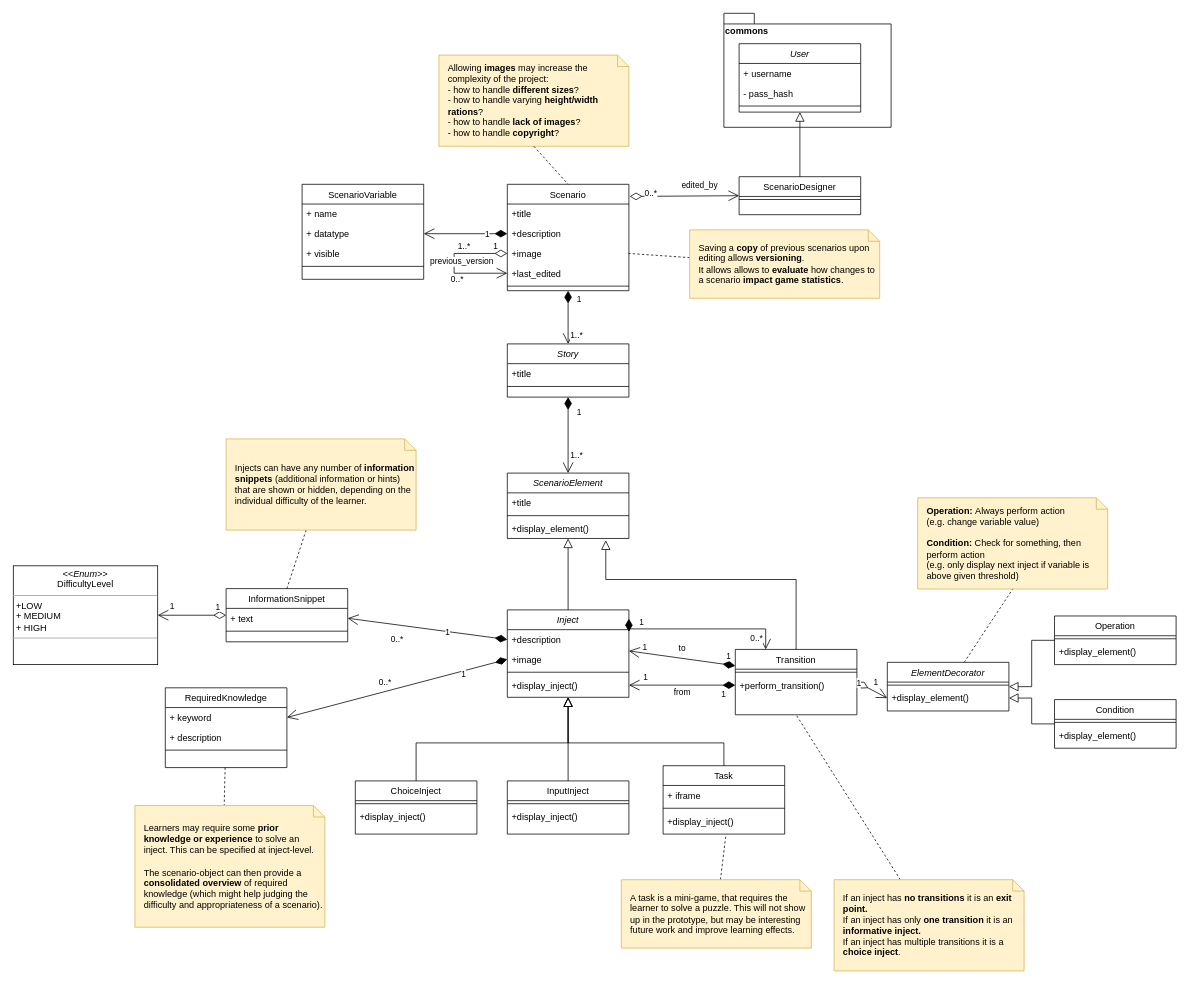
Earlier version of the draw.io diagram page "Scenario_Design" (1 of 4) of artefacts/concept-1.0/diagrams/class diagram.drawio (Elias-Ladenburger/CSEP). Source tidied: cells renumbered, new cells numbered last; positions are measured from the earlier drawing's top-left corner, leaving out a move shared by most shapes. Both pictures are drawn from the tidied source at 76%, with x=0, y=0 at pixel (13, 13).
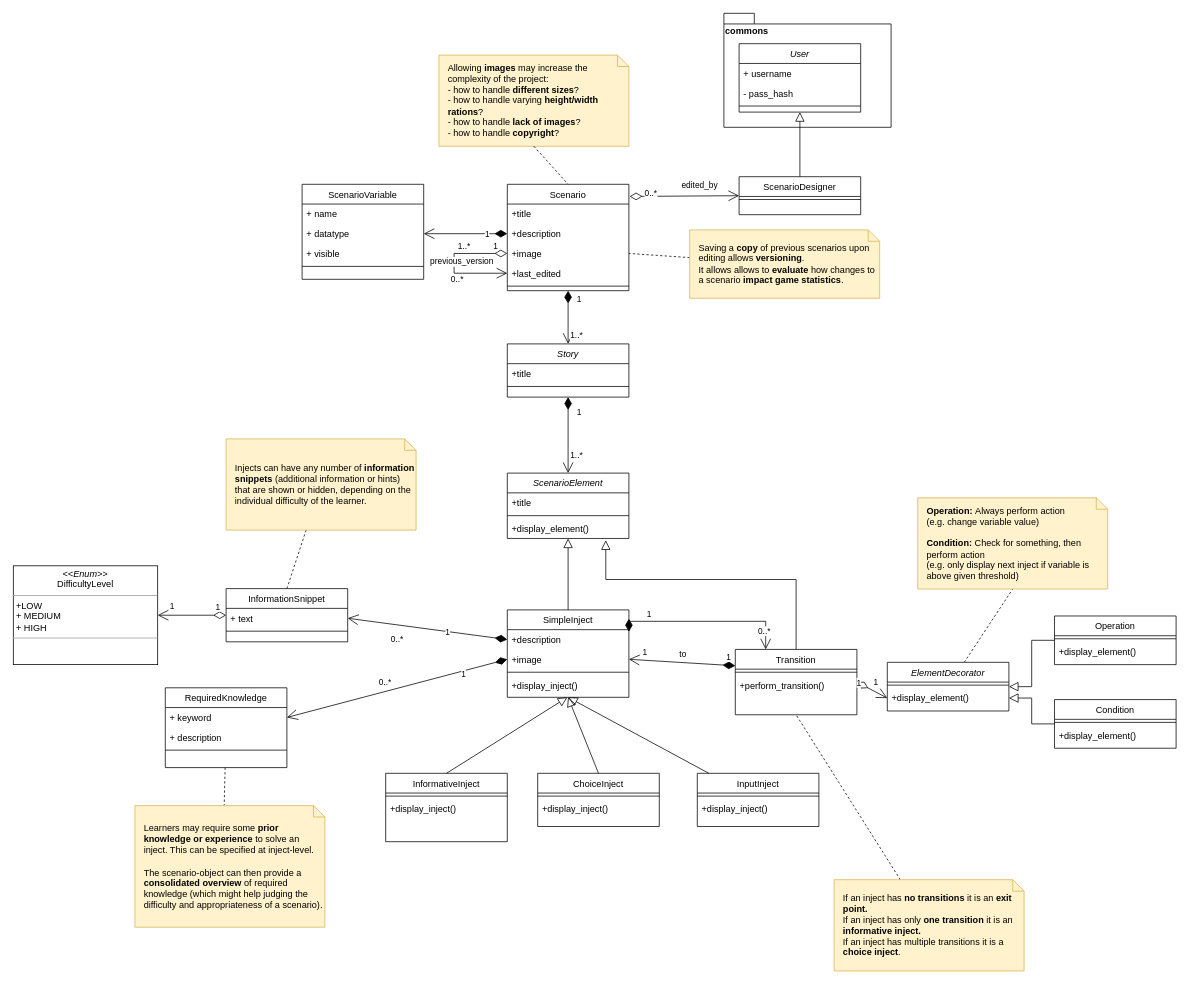
After the change.

Commit message (it also covers changes not shown here):
Update game view

Unchanged cells that the change refers to:
```xml
<mxCell id="13" value="+image" style="text;align=left;verticalAlign=top;spacingLeft=4;spacingRight=4;overflow=hidden;points=[[0,0.5],[1,0.5]];portConstraint=eastwest;rounded=0;shadow=0;html=0;" parent="11" vertex="1">
  <mxGeometry y="52" width="160" height="26" as="geometry" />
</mxCell>
<mxCell id="15" value="+display_inject()" style="text;align=left;verticalAlign=top;spacingLeft=4;spacingRight=4;overflow=hidden;points=[[0,0.5],[1,0.5]];portConstraint=eastwest;rounded=0;shadow=0;html=0;" parent="11" vertex="1">
  <mxGeometry y="86" width="160" height="26" as="geometry" />
</mxCell>
<mxCell id="18" value="Transition" style="swimlane;fontStyle=0;align=center;verticalAlign=top;horizontal=1;startSize=26;rounded=0;shadow=0;strokeWidth=1;" parent="1" vertex="1">
  <mxGeometry x="950" y="837" width="160" height="86" as="geometry" />
</mxCell>
<mxCell id="20" value="+perform_transition()" style="text;align=left;verticalAlign=top;spacingLeft=4;spacingRight=4;overflow=hidden;points=[[0,0.5],[1,0.5]];portConstraint=eastwest;" parent="18" vertex="1">
  <mxGeometry y="34" width="160" height="26" as="geometry" />
</mxCell>
```

Diff of the diagram source:
```diff
@@
-    <mxCell id="11" value="Inject" style="swimlane;fontStyle=2;align=center;verticalAlign=top;horizontal=1;startSize=26;rounded=0;shadow=0;strokeWidth=1;" parent="1" vertex="1">
+    <mxCell id="11" value="SimpleInject" style="swimlane;fontStyle=0;align=center;verticalAlign=top;horizontal=1;startSize=26;rounded=0;shadow=0;strokeWidth=1;" parent="1" vertex="1">
       <mxGeometry x="650" y="785" width="160" height="115" as="geometry" />
     </mxCell>
@@
     <mxCell id="21" value="1" style="endArrow=open;html=1;endSize=12;startArrow=diamondThin;startSize=14;startFill=1;edgeStyle=orthogonalEdgeStyle;align=left;verticalAlign=bottom;exitX=1;exitY=0.101;exitDx=0;exitDy=0;exitPerimeter=0;entryX=0.25;entryY=0;entryDx=0;entryDy=0;rounded=0;" parent="1" edge="1" source="11" target="18">
       <mxGeometry x="-0.77" relative="1" as="geometry">
         <Array as="points">
-          <mxPoint x="810" y="810" />
-          <mxPoint x="990" y="810" />
+          <mxPoint x="810" y="800" />
+          <mxPoint x="990" y="800" />
         </Array>
       </mxGeometry>
     </mxCell>
@@
-    <mxCell id="23" value="1" style="endArrow=open;html=1;endSize=12;startArrow=diamondThin;startSize=14;startFill=1;align=left;verticalAlign=bottom;entryX=1;entryY=0.5;entryDx=0;entryDy=0;exitX=0;exitY=0.5;exitDx=0;exitDy=0;rounded=0;" parent="1" edge="1" source="20" target="15">
-      <mxGeometry x="-0.71" y="21" relative="1" as="geometry" />
-    </mxCell>
-    <mxCell id="24" value="1" style="edgeLabel;html=1;align=center;verticalAlign=middle;" parent="23" vertex="1">
-      <mxGeometry x="0.41" y="1" relative="1" as="geometry">
-        <mxPoint x="-20" y="-12" as="offset" />
-      </mxGeometry>
-    </mxCell>
-    <mxCell id="25" value="from" style="edgeLabel;html=1;align=center;verticalAlign=middle;" parent="23" vertex="1">
-      <mxGeometry x="0.38" y="4" relative="1" as="geometry">
-        <mxPoint x="26" y="5" as="offset" />
-      </mxGeometry>
-    </mxCell>
-    <mxCell id="26" style="endArrow=open;html=1;endSize=12;startArrow=diamondThin;startSize=14;startFill=1;align=left;verticalAlign=bottom;entryX=1;entryY=0.077;entryDx=0;entryDy=0;exitX=0;exitY=0.25;exitDx=0;exitDy=0;entryPerimeter=0;rounded=0;" parent="1" edge="1" source="18" target="13">
+    <mxCell id="26" style="endArrow=open;html=1;endSize=12;startArrow=diamondThin;startSize=14;startFill=1;align=left;verticalAlign=bottom;entryX=1;entryY=0.5;entryDx=0;entryDy=0;exitX=0;exitY=0.25;exitDx=0;exitDy=0;rounded=0;" parent="1" edge="1" source="18" target="13">
       <mxGeometry x="-0.33" relative="1" as="geometry" />
     </mxCell>
@@
-    <mxCell id="72" value="Task" style="swimlane;fontStyle=0;align=center;verticalAlign=top;horizontal=1;startSize=26;rounded=0;shadow=0;strokeWidth=1;" parent="1" vertex="1">
-      <mxGeometry x="855" y="990" width="160" height="90" as="geometry" />
+    <mxCell id="72" value="InformativeInject" style="swimlane;fontStyle=0;align=center;verticalAlign=top;horizontal=1;startSize=26;rounded=0;shadow=0;strokeWidth=1;" parent="1" vertex="1">
+      <mxGeometry x="490" y="1000" width="160" height="90" as="geometry" />
     </mxCell>
-    <mxCell id="73" value="+ iframe" style="text;align=left;verticalAlign=top;spacingLeft=4;spacingRight=4;overflow=hidden;rounded=0;shadow=0;html=0;" parent="72" vertex="1">
-      <mxGeometry y="26" width="160" height="26" as="geometry" />
-    </mxCell>
     <mxCell id="74" style="line;html=1;strokeWidth=1;align=left;verticalAlign=middle;spacingTop=-1;spacingLeft=3;spacingRight=3;labelPosition=right;" parent="72" vertex="1">
-      <mxGeometry y="52" width="160" height="8" as="geometry" />
+      <mxGeometry y="26" width="160" height="8" as="geometry" />
     </mxCell>
     <mxCell id="75" value="+display_inject()" style="text;align=left;verticalAlign=top;spacingLeft=4;spacingRight=4;overflow=hidden;points=[[0,0.5],[1,0.5]];portConstraint=eastwest;rounded=0;shadow=0;html=0;" parent="72" vertex="1">
-      <mxGeometry y="60" width="160" height="26" as="geometry" />
+      <mxGeometry y="34" width="160" height="26" as="geometry" />
     </mxCell>
-    <mxCell id="76" style="endArrow=block;endSize=10;endFill=0;shadow=0;strokeWidth=1;rounded=0;elbow=vertical;entryX=0.5;entryY=1;entryDx=0;entryDy=0;exitX=0.5;exitY=0;exitDx=0;exitDy=0;edgeStyle=orthogonalEdgeStyle;" parent="1" edge="1" source="72" target="11">
-      <mxGeometry relative="1" as="geometry">
-        <Array as="points">
-          <mxPoint x="935" y="960" />
-          <mxPoint x="730" y="960" />
-        </Array>
-      </mxGeometry>
-    </mxCell>
-    <mxCell id="77" style="rounded=0;jettySize=auto;html=1;entryX=0.517;entryY=1.167;entryDx=0;entryDy=0;dashed=1;endArrow=none;endFill=0;entryPerimeter=0;" parent="1" edge="1" source="78" target="75">
-      <mxGeometry relative="1" as="geometry" />
-    </mxCell>
-    <mxCell id="78" value="A task is a mini-game, that requires the learner to solve a puzzle. This will not show up in the prototype, but may be interesting future work and improve learning effects." style="shape=note;size=15;align=left;spacingLeft=10;html=1;whiteSpace=wrap;fillColor=#fff2cc;strokeColor=#d6b656;" parent="1" vertex="1">
-      <mxGeometry x="800" y="1140" width="250" height="90" as="geometry" />
-    </mxCell>
     <mxCell id="79" value="InputInject" style="swimlane;fontStyle=0;align=center;verticalAlign=top;horizontal=1;startSize=26;rounded=0;shadow=0;strokeWidth=1;" parent="1" vertex="1">
-      <mxGeometry x="650" y="1010" width="160" height="70" as="geometry" />
+      <mxGeometry x="900" y="1000" width="160" height="70" as="geometry" />
     </mxCell>
@@
-    <mxCell id="82" style="endArrow=block;endSize=10;endFill=0;shadow=0;strokeWidth=1;rounded=0;elbow=vertical;exitX=0.5;exitY=0;exitDx=0;exitDy=0;" parent="1" edge="1" source="79">
-      <mxGeometry relative="1" as="geometry">
-        <mxPoint x="730" y="900" as="targetPoint" />
-      </mxGeometry>
-    </mxCell>
     <mxCell id="83" value="ChoiceInject" style="swimlane;fontStyle=0;align=center;verticalAlign=top;horizontal=1;startSize=26;rounded=0;shadow=0;strokeWidth=1;" parent="1" vertex="1">
-      <mxGeometry x="450" y="1010" width="160" height="70" as="geometry" />
+      <mxGeometry x="690" y="1000" width="160" height="70" as="geometry" />
     </mxCell>
@@
-    <mxCell id="86" style="endArrow=block;endSize=10;endFill=0;shadow=0;strokeWidth=1;rounded=0;elbow=vertical;exitX=0.5;exitY=0;exitDx=0;exitDy=0;edgeStyle=orthogonalEdgeStyle;" parent="1" edge="1" source="83">
-      <mxGeometry relative="1" as="geometry">
-        <mxPoint x="730" y="900" as="targetPoint" />
-        <Array as="points">
-          <mxPoint x="530" y="960" />
-          <mxPoint x="730" y="960" />
-        </Array>
-      </mxGeometry>
-    </mxCell>
@@
+    <mxCell id="113" style="endArrow=block;endSize=10;endFill=0;shadow=0;strokeWidth=1;rounded=0;elbow=vertical;exitX=0.5;exitY=0;exitDx=0;exitDy=0;entryX=0.494;entryY=1.115;entryDx=0;entryDy=0;entryPerimeter=0;" parent="1" edge="1" source="72" target="15">
+      <mxGeometry relative="1" as="geometry" />
+    </mxCell>
+    <mxCell id="114" style="endArrow=block;endSize=10;endFill=0;shadow=0;strokeWidth=1;rounded=0;elbow=vertical;exitX=0.5;exitY=0;exitDx=0;exitDy=0;" parent="1" edge="1" source="83">
+      <mxGeometry relative="1" as="geometry">
+        <mxPoint x="730" y="900" as="targetPoint" />
+      </mxGeometry>
+    </mxCell>
+    <mxCell id="115" style="endArrow=block;endSize=10;endFill=0;shadow=0;strokeWidth=1;rounded=0;elbow=vertical;" parent="1" edge="1" source="79">
+      <mxGeometry relative="1" as="geometry">
+        <mxPoint x="730" y="900" as="targetPoint" />
+      </mxGeometry>
+    </mxCell>
```
